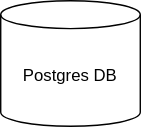
The draw.io diagram .gitbook/assets/program_data.drawio.svg in OpenG2P/openg2p-documentation, before a commit. Source tidied: cells renumbered, new cells last; positions are measured from the earlier drawing's top-left corner, leaving out a move shared by most shapes. Its diagram source:
```xml
<mxGraphModel>
  <root>
    <mxCell id="0" />
    <mxCell id="1" parent="0" />
    <mxCell id="2" value="Postgres DB" style="shape=cylinder3;whiteSpace=wrap;html=1;boundedLbl=1;backgroundOutline=1;size=10;" parent="1" vertex="1">
      <mxGeometry width="100" height="90" as="geometry" />
    </mxCell>
  </root>
</mxGraphModel>
```
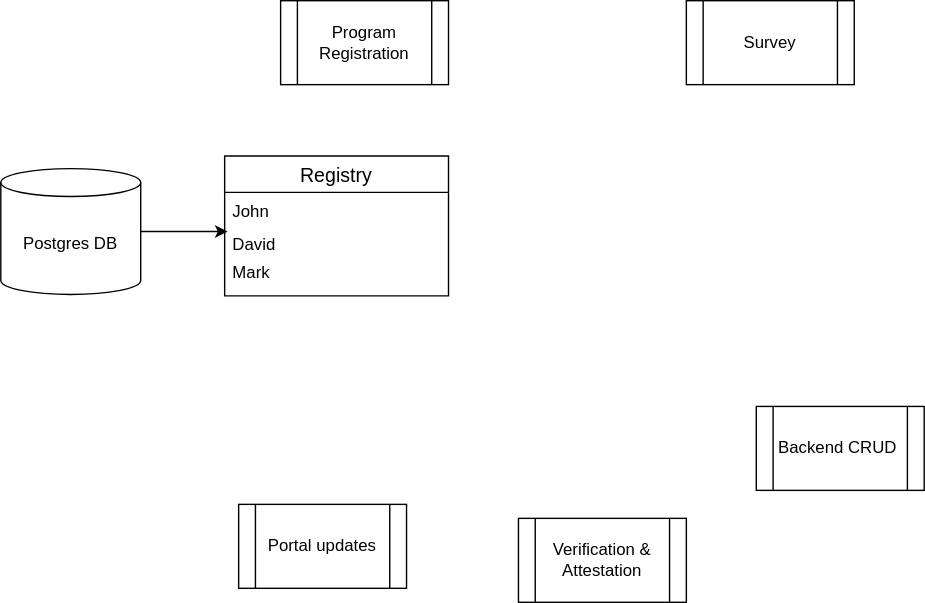
The same file after the commit.

The edit, as a diff of the source:
```diff
@@ -2,8 +2,38 @@
   <root>
     <mxCell id="0" />
     <mxCell id="1" parent="0" />
+    <mxCell id="3" style="edgeStyle=orthogonalEdgeStyle;rounded=0;jettySize=auto;html=1;entryX=0.013;entryY=0.2;entryDx=0;entryDy=0;entryPerimeter=0;" parent="1" edge="1" source="2" target="11">
+      <mxGeometry relative="1" as="geometry" />
+    </mxCell>
     <mxCell id="2" value="Postgres DB" style="shape=cylinder3;whiteSpace=wrap;html=1;boundedLbl=1;backgroundOutline=1;size=10;" parent="1" vertex="1">
       <mxGeometry width="100" height="90" as="geometry" />
     </mxCell>
+    <mxCell id="4" value="Program Registration" style="shape=process;whiteSpace=wrap;html=1;backgroundOutline=1;" parent="1" vertex="1">
+      <mxGeometry x="200" y="-120" width="120" height="60" as="geometry" />
+    </mxCell>
+    <mxCell id="5" value="Survey" style="shape=process;whiteSpace=wrap;html=1;backgroundOutline=1;" parent="1" vertex="1">
+      <mxGeometry x="490" y="-120" width="120" height="60" as="geometry" />
+    </mxCell>
+    <mxCell id="6" value="Backend CRUD&amp;nbsp;" style="shape=process;whiteSpace=wrap;html=1;backgroundOutline=1;" parent="1" vertex="1">
+      <mxGeometry x="540" y="170" width="120" height="60" as="geometry" />
+    </mxCell>
+    <mxCell id="7" value="Verification &amp;amp; Attestation" style="shape=process;whiteSpace=wrap;html=1;backgroundOutline=1;" parent="1" vertex="1">
+      <mxGeometry x="370" y="250" width="120" height="60" as="geometry" />
+    </mxCell>
+    <mxCell id="8" value="Portal updates" style="shape=process;whiteSpace=wrap;html=1;backgroundOutline=1;" parent="1" vertex="1">
+      <mxGeometry x="170" y="240" width="120" height="60" as="geometry" />
+    </mxCell>
+    <mxCell id="9" value="Registry" style="swimlane;fontStyle=0;horizontal=1;startSize=26;align=center;fontSize=14;" parent="1" vertex="1">
+      <mxGeometry x="160" y="-9" width="160" height="100" as="geometry" />
+    </mxCell>
+    <mxCell id="10" value="John" style="text;strokeColor=none;fillColor=none;spacingLeft=4;spacingRight=4;overflow=hidden;fontSize=12;whiteSpace=wrap;html=1;" parent="9" vertex="1">
+      <mxGeometry y="26" width="160" height="24" as="geometry" />
+    </mxCell>
+    <mxCell id="11" value="David" style="text;strokeColor=none;fillColor=none;spacingLeft=4;spacingRight=4;overflow=hidden;points=[[0,0.5],[1,0.5]];portConstraint=eastwest;fontSize=12;whiteSpace=wrap;html=1;" parent="9" vertex="1">
+      <mxGeometry y="50" width="160" height="20" as="geometry" />
+    </mxCell>
+    <mxCell id="12" value="Mark" style="text;strokeColor=none;fillColor=none;spacingLeft=4;spacingRight=4;overflow=hidden;fontSize=12;whiteSpace=wrap;html=1;" parent="9" vertex="1">
+      <mxGeometry y="70" width="160" height="30" as="geometry" />
+    </mxCell>
   </root>
 </mxGraphModel>
```
